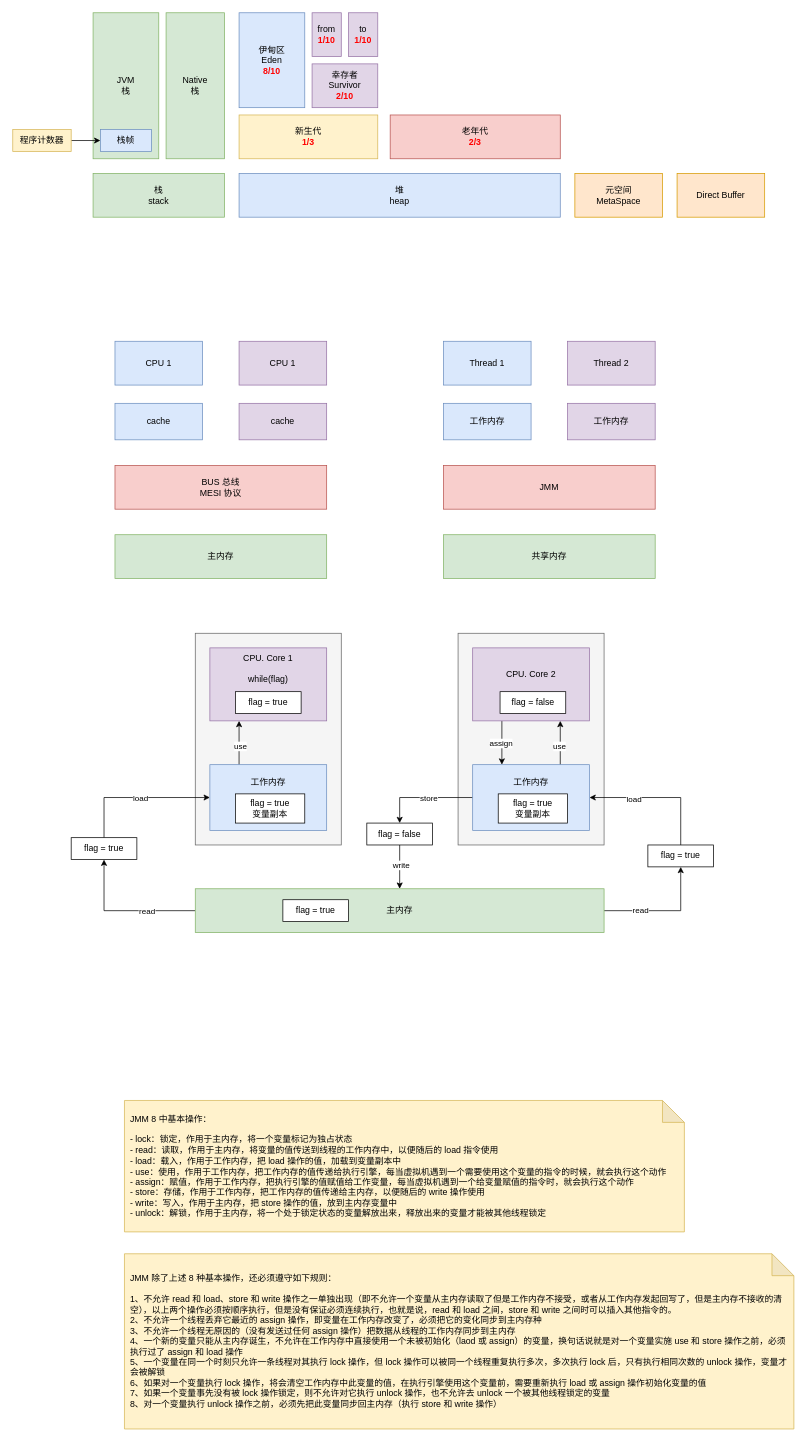
Above: jvm/JMM.drawio in thebesteric/draw.io (draw.io), before the change. Source tidied: cells renumbered, new cells numbered last; positions are measured from the earlier drawing's top-left corner, leaving out a move shared by most shapes. Both pictures are drawn from the tidied source at 73%, with x=0, y=0 at pixel (12, 12).
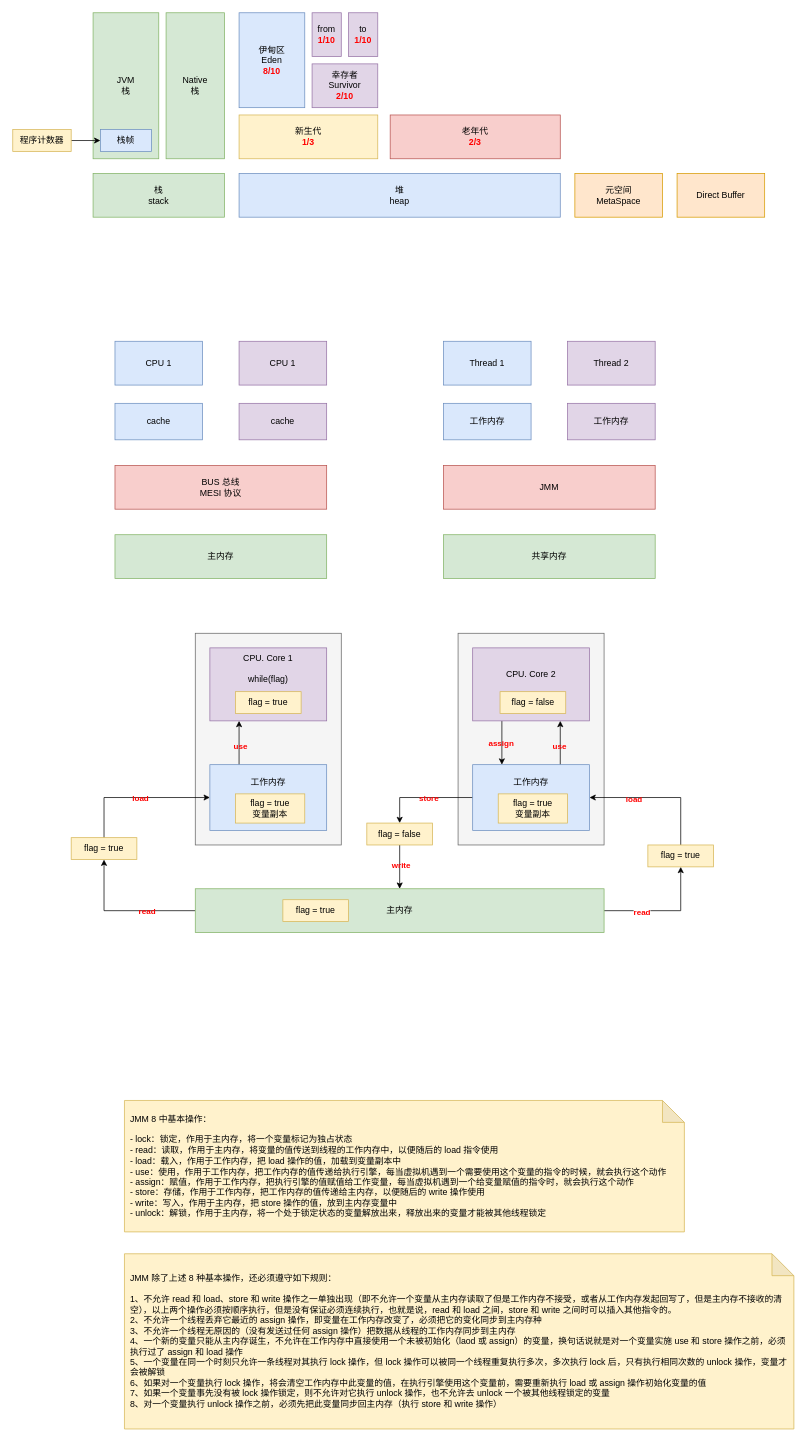
The same page after the edit.

The change refers to these unchanged cells:
```xml
<mxCell id="31" style="edgeStyle=orthogonalEdgeStyle;rounded=0;jettySize=auto;html=1;exitX=0;exitY=0.5;exitDx=0;exitDy=0;fontFamily=Helvetica;fontColor=#000000;entryX=0.5;entryY=1;entryDx=0;entryDy=0;" parent="1" edge="1" source="34" target="44">
  <mxGeometry relative="1" as="geometry" />
</mxCell>
<mxCell id="34" value="主内存" style="rounded=0;whiteSpace=wrap;html=1;fillColor=#d5e8d4;strokeColor=#82b366;" parent="1" vertex="1">
  <mxGeometry x="250" y="1200" width="560" height="60" as="geometry" />
</mxCell>
<mxCell id="37" style="edgeStyle=orthogonalEdgeStyle;rounded=0;jettySize=auto;html=1;exitX=0.25;exitY=0;exitDx=0;exitDy=0;entryX=0.25;entryY=1;entryDx=0;entryDy=0;fontFamily=Helvetica;fontColor=#000000;" parent="1" edge="1" source="39" target="36">
  <mxGeometry relative="1" as="geometry" />
</mxCell>
<mxCell id="42" style="edgeStyle=orthogonalEdgeStyle;rounded=0;jettySize=auto;html=1;exitX=0.5;exitY=0;exitDx=0;exitDy=0;entryX=0;entryY=0.5;entryDx=0;entryDy=0;fontFamily=Helvetica;fontColor=#000000;" parent="1" edge="1" source="44" target="39">
  <mxGeometry relative="1" as="geometry" />
</mxCell>
<mxCell id="47" style="edgeStyle=orthogonalEdgeStyle;rounded=0;jettySize=auto;html=1;exitX=0.25;exitY=1;exitDx=0;exitDy=0;entryX=0.25;entryY=0;entryDx=0;entryDy=0;fontFamily=Helvetica;fontColor=#000000;" parent="1" edge="1" source="49" target="54">
  <mxGeometry relative="1" as="geometry" />
</mxCell>
<mxCell id="50" style="edgeStyle=orthogonalEdgeStyle;rounded=0;jettySize=auto;html=1;exitX=0.75;exitY=0;exitDx=0;exitDy=0;entryX=0.75;entryY=1;entryDx=0;entryDy=0;fontFamily=Helvetica;fontColor=#000000;" parent="1" edge="1" source="54" target="49">
  <mxGeometry relative="1" as="geometry" />
</mxCell>
<mxCell id="52" style="edgeStyle=orthogonalEdgeStyle;rounded=0;jettySize=auto;html=1;exitX=0;exitY=0.5;exitDx=0;exitDy=0;entryX=0.5;entryY=0;entryDx=0;entryDy=0;fontFamily=Helvetica;fontColor=#000000;" parent="1" edge="1" source="54" target="62">
  <mxGeometry relative="1" as="geometry" />
</mxCell>
<mxCell id="57" style="edgeStyle=orthogonalEdgeStyle;rounded=0;jettySize=auto;html=1;exitX=0.5;exitY=0;exitDx=0;exitDy=0;entryX=1;entryY=0.5;entryDx=0;entryDy=0;fontFamily=Helvetica;fontColor=#000000;" parent="1" edge="1" source="59" target="54">
  <mxGeometry relative="1" as="geometry" />
</mxCell>
<mxCell id="60" style="edgeStyle=orthogonalEdgeStyle;rounded=0;jettySize=auto;html=1;exitX=0.5;exitY=1;exitDx=0;exitDy=0;entryX=0.5;entryY=0;entryDx=0;entryDy=0;fontFamily=Helvetica;fontColor=#000000;" parent="1" edge="1" source="62" target="34">
  <mxGeometry relative="1" as="geometry" />
</mxCell>
```

The edit, as a diff of the source:
```diff
@@
-    <mxCell id="32" value="read" style="edgeLabel;html=1;align=center;verticalAlign=middle;fontFamily=Helvetica;fontColor=#000000;" parent="31" vertex="1">
+    <mxCell id="32" value="read" style="edgeLabel;html=1;align=center;verticalAlign=middle;fontFamily=Helvetica;fontColor=#FF0000;fontStyle=1;labelBackgroundColor=none;" parent="31" vertex="1">
       <mxGeometry x="-0.31" relative="1" as="geometry" />
     </mxCell>
-    <mxCell id="33" value="read" style="edgeStyle=orthogonalEdgeStyle;rounded=0;jettySize=auto;html=1;exitX=1;exitY=0.5;exitDx=0;exitDy=0;entryX=0.5;entryY=1;entryDx=0;entryDy=0;fontFamily=Helvetica;fontColor=#000000;" parent="1" edge="1" source="34" target="59">
+    <mxCell id="33" style="edgeStyle=orthogonalEdgeStyle;rounded=0;jettySize=auto;html=1;exitX=1;exitY=0.5;exitDx=0;exitDy=0;entryX=0.5;entryY=1;entryDx=0;entryDy=0;fontFamily=Helvetica;fontColor=#000000;" parent="1" edge="1" source="34" target="59">
       <mxGeometry x="-0.39" relative="1" as="geometry" />
     </mxCell>
+    <mxCell id="63" value="read" style="edgeLabel;html=1;align=center;verticalAlign=middle;fontFamily=Helvetica;fontColor=#FF0000;fontStyle=1;" parent="33" vertex="1">
+      <mxGeometry x="-0.38" y="-2" relative="1" as="geometry" />
+    </mxCell>
@@
-    <mxCell id="38" value="use" style="edgeLabel;html=1;align=center;verticalAlign=middle;fontFamily=Helvetica;fontColor=#000000;" parent="37" vertex="1">
+    <mxCell id="38" value="use" style="edgeLabel;html=1;align=center;verticalAlign=middle;fontFamily=Helvetica;fontColor=#FF0000;fontStyle=1;labelBackgroundColor=none;" parent="37" vertex="1">
       <mxGeometry x="-0.13" y="-1" relative="1" as="geometry" />
     </mxCell>
@@
-    <mxCell id="40" value="flag = true&lt;br&gt;变量副本" style="rounded=0;whiteSpace=wrap;html=1;shadow=0;fontFamily=Helvetica;fontColor=#000000;" parent="1" vertex="1">
+    <mxCell id="40" value="flag = true&lt;br&gt;变量副本" style="rounded=0;whiteSpace=wrap;html=1;shadow=0;fontFamily=Helvetica;fillColor=#fff2cc;strokeColor=#d6b656;" parent="1" vertex="1">
       <mxGeometry x="305" y="1070" width="95" height="40" as="geometry" />
     </mxCell>
-    <mxCell id="41" value="flag = true" style="rounded=0;whiteSpace=wrap;html=1;shadow=0;fontFamily=Helvetica;fontColor=#000000;" parent="1" vertex="1">
+    <mxCell id="41" value="flag = true" style="rounded=0;whiteSpace=wrap;html=1;shadow=0;fontFamily=Helvetica;fillColor=#fff2cc;strokeColor=#d6b656;" parent="1" vertex="1">
       <mxGeometry x="370" y="1215" width="90" height="30" as="geometry" />
     </mxCell>
@@
-    <mxCell id="43" value="load" style="edgeLabel;html=1;align=center;verticalAlign=middle;fontFamily=Helvetica;fontColor=#000000;" parent="42" vertex="1">
+    <mxCell id="43" value="load" style="edgeLabel;html=1;align=center;verticalAlign=middle;fontFamily=Helvetica;fontColor=#FF0000;fontStyle=1;labelBackgroundColor=none;" parent="42" vertex="1">
       <mxGeometry x="0.04" relative="1" as="geometry" />
     </mxCell>
-    <mxCell id="44" value="flag = true" style="rounded=0;whiteSpace=wrap;html=1;shadow=0;fontFamily=Helvetica;fontColor=#000000;" parent="1" vertex="1">
+    <mxCell id="44" value="flag = true" style="rounded=0;whiteSpace=wrap;html=1;shadow=0;fontFamily=Helvetica;fillColor=#fff2cc;strokeColor=#d6b656;" parent="1" vertex="1">
       <mxGeometry x="80" y="1130" width="90" height="30" as="geometry" />
     </mxCell>
-    <mxCell id="45" value="flag = true" style="rounded=0;whiteSpace=wrap;html=1;shadow=0;fontFamily=Helvetica;fontColor=#000000;" parent="1" vertex="1">
+    <mxCell id="45" value="flag = true" style="rounded=0;whiteSpace=wrap;html=1;shadow=0;fontFamily=Helvetica;fillColor=#fff2cc;strokeColor=#d6b656;" parent="1" vertex="1">
       <mxGeometry x="305" y="930" width="90" height="30" as="geometry" />
     </mxCell>
@@
-    <mxCell id="48" value="assign" style="edgeLabel;html=1;align=center;verticalAlign=middle;fontFamily=Helvetica;fontColor=#000000;" parent="47" vertex="1">
+    <mxCell id="48" value="assign" style="edgeLabel;html=1;align=center;verticalAlign=middle;fontFamily=Helvetica;fontColor=#FF0000;labelBackgroundColor=none;fontStyle=1;" parent="47" vertex="1">
       <mxGeometry y="-2" relative="1" as="geometry" />
     </mxCell>
@@
-    <mxCell id="51" value="use" style="edgeLabel;html=1;align=center;verticalAlign=middle;fontFamily=Helvetica;fontColor=#000000;" parent="50" vertex="1">
+    <mxCell id="51" value="use" style="edgeLabel;html=1;align=center;verticalAlign=middle;fontFamily=Helvetica;fontColor=#FF0000;labelBackgroundColor=none;fontStyle=1;" parent="50" vertex="1">
       <mxGeometry x="-0.13" y="2" relative="1" as="geometry" />
     </mxCell>
@@
-    <mxCell id="53" value="store" style="edgeLabel;html=1;align=center;verticalAlign=middle;fontFamily=Helvetica;fontColor=#000000;" parent="52" vertex="1">
+    <mxCell id="53" value="store" style="edgeLabel;html=1;align=center;verticalAlign=middle;fontFamily=Helvetica;fontColor=#FF0000;labelBackgroundColor=none;fontStyle=1;" parent="52" vertex="1">
       <mxGeometry x="-0.1" relative="1" as="geometry" />
     </mxCell>
@@
-    <mxCell id="55" value="flag = true&lt;br&gt;变量副本" style="rounded=0;whiteSpace=wrap;html=1;shadow=0;fontFamily=Helvetica;fontColor=#000000;" parent="1" vertex="1">
+    <mxCell id="55" value="flag = true&lt;br&gt;变量副本" style="rounded=0;whiteSpace=wrap;html=1;shadow=0;fontFamily=Helvetica;fillColor=#fff2cc;strokeColor=#d6b656;" parent="1" vertex="1">
       <mxGeometry x="665" y="1070" width="95" height="40" as="geometry" />
     </mxCell>
-    <mxCell id="56" value="flag = false" style="rounded=0;whiteSpace=wrap;html=1;shadow=0;fontFamily=Helvetica;fontColor=#000000;" parent="1" vertex="1">
+    <mxCell id="56" value="flag = false" style="rounded=0;whiteSpace=wrap;html=1;shadow=0;fontFamily=Helvetica;fillColor=#fff2cc;strokeColor=#d6b656;" parent="1" vertex="1">
       <mxGeometry x="667.5" y="930" width="90" height="30" as="geometry" />
     </mxCell>
@@
-    <mxCell id="58" value="load" style="edgeLabel;html=1;align=center;verticalAlign=middle;fontFamily=Helvetica;fontColor=#000000;" parent="57" vertex="1">
+    <mxCell id="58" value="load" style="edgeLabel;html=1;align=center;verticalAlign=middle;fontFamily=Helvetica;fontColor=#FF0000;labelBackgroundColor=none;fontStyle=1;" parent="57" vertex="1">
       <mxGeometry x="0.37" y="1" relative="1" as="geometry" />
     </mxCell>
-    <mxCell id="59" value="flag = true" style="rounded=0;whiteSpace=wrap;html=1;shadow=0;fontFamily=Helvetica;fontColor=#000000;" parent="1" vertex="1">
+    <mxCell id="59" value="flag = true" style="rounded=0;whiteSpace=wrap;html=1;shadow=0;fontFamily=Helvetica;fillColor=#fff2cc;strokeColor=#d6b656;" parent="1" vertex="1">
       <mxGeometry x="870" y="1140" width="90" height="30" as="geometry" />
     </mxCell>
@@
-    <mxCell id="61" value="write" style="edgeLabel;html=1;align=center;verticalAlign=middle;fontFamily=Helvetica;fontColor=#000000;" parent="60" vertex="1">
+    <mxCell id="61" value="write" style="edgeLabel;html=1;align=center;verticalAlign=middle;fontFamily=Helvetica;fontColor=#FF0000;labelBackgroundColor=none;fontStyle=1;" parent="60" vertex="1">
       <mxGeometry x="-0.1" y="1" relative="1" as="geometry" />
     </mxCell>
-    <mxCell id="62" value="flag = false" style="rounded=0;whiteSpace=wrap;html=1;shadow=0;fontFamily=Helvetica;fontColor=#000000;" parent="1" vertex="1">
+    <mxCell id="62" value="flag = false" style="rounded=0;whiteSpace=wrap;html=1;shadow=0;fontFamily=Helvetica;fillColor=#fff2cc;strokeColor=#d6b656;" parent="1" vertex="1">
       <mxGeometry x="485" y="1110" width="90" height="30" as="geometry" />
     </mxCell>
```
